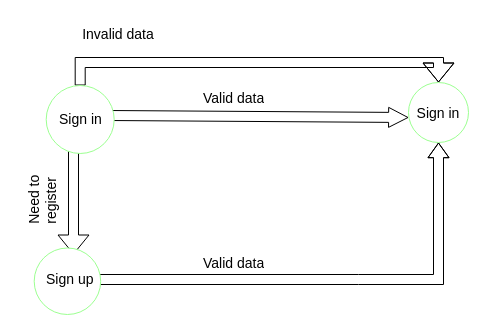
Kalachyk23/qa_u22_anton_kalachyk keeps this draw.io diagram as Untitled Diagram.drawio. Above is the earlier version. Source tidied: cells renumbered, new cells numbered last; positions are measured from the earlier drawing's top-left corner, leaving out a move shared by most shapes. Both pictures are drawn from the tidied source at 100%, with x=0, y=0 at pixel (6, 19).
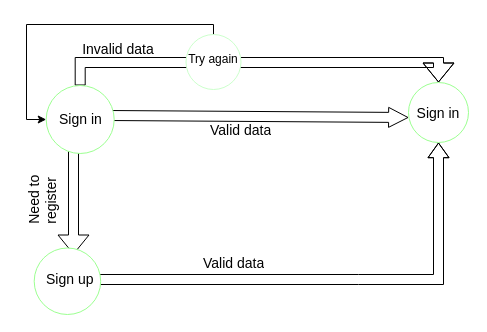
The same diagram, later.

Unchanged cells that the change refers to:
```xml
<mxCell id="12" style="ellipse;whiteSpace=wrap;html=1;fontSize=14;strokeColor=#9CFF91;" parent="1" vertex="1">
  <mxGeometry x="39.7" y="66" width="68" height="68" as="geometry" />
</mxCell>
```

Change to the diagram source:
```diff
@@
     <mxCell id="3" value="&lt;span style=&quot;text-align: center&quot;&gt;&lt;font style=&quot;font-size: 14px&quot;&gt;Valid data&lt;/font&gt;&lt;br&gt;&lt;/span&gt;" style="text;html=1;strokeColor=none;fillColor=none;align=left;verticalAlign=middle;whiteSpace=wrap;overflow=hidden;fontSize=12;fontStyle=0;fontColor=#000000;" parent="1" vertex="1">
-      <mxGeometry x="195.2" y="66" width="90" height="25" as="geometry" />
+      <mxGeometry x="202" y="98" width="90" height="25" as="geometry" />
     </mxCell>
@@
     <mxCell id="9" value="Invalid data" style="text;html=1;strokeColor=none;fillColor=none;align=center;verticalAlign=middle;whiteSpace=wrap;rounded=0;fontSize=14;" parent="1" vertex="1">
-      <mxGeometry x="72" width="80" height="30" as="geometry" />
+      <mxGeometry x="72" y="15" width="80" height="30" as="geometry" />
     </mxCell>
@@
+    <mxCell id="17" style="edgeStyle=orthogonalEdgeStyle;rounded=0;jettySize=auto;html=1;entryX=0;entryY=0.5;entryDx=0;entryDy=0;" parent="1" edge="1" source="18" target="12">
+      <mxGeometry relative="1" as="geometry">
+        <Array as="points">
+          <mxPoint x="207" y="5" />
+          <mxPoint x="20" y="5" />
+          <mxPoint x="20" y="100" />
+        </Array>
+      </mxGeometry>
+    </mxCell>
+    <mxCell id="18" style="ellipse;whiteSpace=wrap;html=1;strokeColor=#CCFFCC;" parent="1" vertex="1">
+      <mxGeometry x="179.5" y="15" width="55" height="55" as="geometry" />
+    </mxCell>
+    <mxCell id="19" value="Try again" style="text;html=1;strokeColor=none;fillColor=none;align=center;verticalAlign=middle;whiteSpace=wrap;rounded=0;" parent="1" vertex="1">
+      <mxGeometry x="172" y="25" width="70" height="30" as="geometry" />
+    </mxCell>
```
